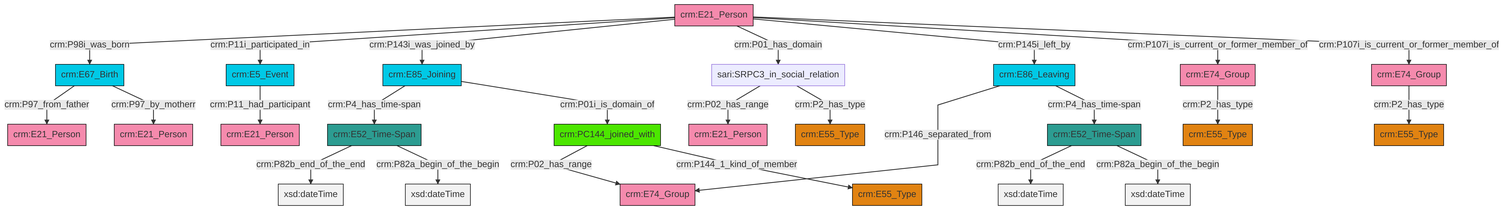
This is et/personCSV/ttl/mmd/png/Person_Actor_Relations.png from swiss-art-research-net/reference-data-models, a Mermaid export, as it was before one commit. Its source is kept beside it as et/personCSV/ttl/mmd/Person_Actor_Relations.ttl.mmd.
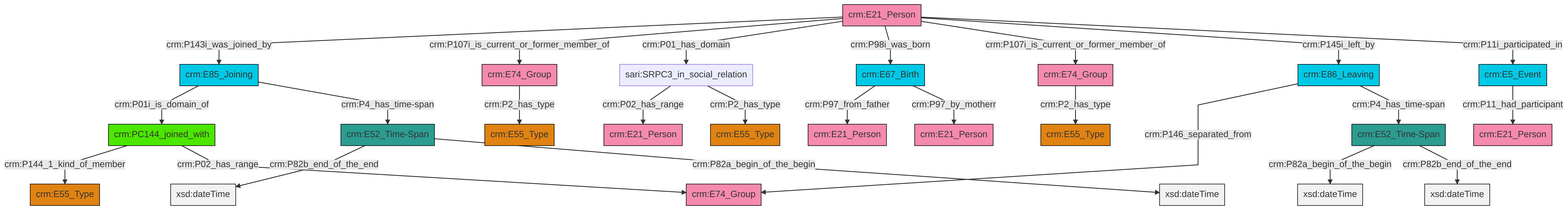
After the change.

The edit, as a diff of the source:
```diff
@@ -13,27 +13,27 @@
 classDef PC_Classes fill:#4ce600, stroke:#000000;
 classDef Multi fill:#cccccc,stroke:#000000;
 
-0["crm:E52_Time-Span"]:::Time-Span -->|crm:P82b_end_of_the_end| 1[xsd:dateTime]:::Literal
-2["crm:E85_Joining"]:::Temporal_Entity -->|crm:P4_has_time-span| 3["crm:E52_Time-Span"]:::Time-Span
-10["crm:E86_Leaving"]:::Temporal_Entity -->|crm:P146_separated_from| 4["crm:E74_Group"]:::Actor
-11["crm:PC144_joined_with"]:::PC_Classes -->|crm:P02_has_range| 4["crm:E74_Group"]:::Actor
-12["crm:E21_Person"]:::Actor -->|crm:P98i_was_born| 16["crm:E67_Birth"]:::Temporal_Entity
-10["crm:E86_Leaving"]:::Temporal_Entity -->|crm:P4_has_time-span| 0["crm:E52_Time-Span"]:::Time-Span
-0["crm:E52_Time-Span"]:::Time-Span -->|crm:P82a_begin_of_the_begin| 19[xsd:dateTime]:::Literal
-22["crm:E74_Group"]:::Actor -->|crm:P2_has_type| 17["crm:E55_Type"]:::Type
-12["crm:E21_Person"]:::Actor -->|crm:P11i_participated_in| 6["crm:E5_Event"]:::Temporal_Entity
-2["crm:E85_Joining"]:::Temporal_Entity -->|crm:P01i_is_domain_of| 11["crm:PC144_joined_with"]:::PC_Classes
-6["crm:E5_Event"]:::Temporal_Entity -->|crm:P11_had_participant| 23["crm:E21_Person"]:::Actor
-3["crm:E52_Time-Span"]:::Time-Span -->|crm:P82b_end_of_the_end| 25[xsd:dateTime]:::Literal
-12["crm:E21_Person"]:::Actor -->|crm:P143i_was_joined_by| 2["crm:E85_Joining"]:::Temporal_Entity
-12["crm:E21_Person"]:::Actor -->|crm:P01_has_domain| 26["sari:SRPC3_in_social_relation"]:::Default
-16["crm:E67_Birth"]:::Temporal_Entity -->|crm:P97_from_father| 28["crm:E21_Person"]:::Actor
-29["crm:E74_Group"]:::Actor -->|crm:P2_has_type| 14["crm:E55_Type"]:::Type
-12["crm:E21_Person"]:::Actor -->|crm:P145i_left_by| 10["crm:E86_Leaving"]:::Temporal_Entity
-11["crm:PC144_joined_with"]:::PC_Classes -->|crm:P144_1_kind_of_member| 20["crm:E55_Type"]:::Type
-16["crm:E67_Birth"]:::Temporal_Entity -->|crm:P97_by_motherr| 8["crm:E21_Person"]:::Actor
-26["sari:SRPC3_in_social_relation"]:::Default -->|crm:P02_has_range| 39["crm:E21_Person"]:::Actor
-12["crm:E21_Person"]:::Actor -->|crm:P107i_is_current_or_former_member_of| 22["crm:E74_Group"]:::Actor
-3["crm:E52_Time-Span"]:::Time-Span -->|crm:P82a_begin_of_the_begin| 41[xsd:dateTime]:::Literal
-12["crm:E21_Person"]:::Actor -->|crm:P107i_is_current_or_former_member_of| 29["crm:E74_Group"]:::Actor
-26["sari:SRPC3_in_social_relation"]:::Default -->|crm:P2_has_type| 37["crm:E55_Type"]:::Type
+0["crm:E67_Birth"]:::Temporal_Entity -->|crm:P97_from_father| 1["crm:E21_Person"]:::Actor
+6["crm:E74_Group"]:::Actor -->|crm:P2_has_type| 7["crm:E55_Type"]:::Type
+8["sari:SRPC3_in_social_relation"]:::Default -->|crm:P02_has_range| 9["crm:E21_Person"]:::Actor
+0["crm:E67_Birth"]:::Temporal_Entity -->|crm:P97_by_motherr| 10["crm:E21_Person"]:::Actor
+12["crm:E5_Event"]:::Temporal_Entity -->|crm:P11_had_participant| 13["crm:E21_Person"]:::Actor
+15["crm:E74_Group"]:::Actor -->|crm:P2_has_type| 16["crm:E55_Type"]:::Type
+18["crm:E52_Time-Span"]:::Time-Span -->|crm:P82a_begin_of_the_begin| 19[xsd:dateTime]:::Literal
+21["crm:E52_Time-Span"]:::Time-Span -->|crm:P82b_end_of_the_end| 22[xsd:dateTime]:::Literal
+23["crm:E86_Leaving"]:::Temporal_Entity -->|crm:P146_separated_from| 24["crm:E74_Group"]:::Actor
+2["crm:E21_Person"]:::Actor -->|crm:P143i_was_joined_by| 25["crm:E85_Joining"]:::Temporal_Entity
+2["crm:E21_Person"]:::Actor -->|crm:P107i_is_current_or_former_member_of| 15["crm:E74_Group"]:::Actor
+23["crm:E86_Leaving"]:::Temporal_Entity -->|crm:P4_has_time-span| 18["crm:E52_Time-Span"]:::Time-Span
+25["crm:E85_Joining"]:::Temporal_Entity -->|crm:P01i_is_domain_of| 28["crm:PC144_joined_with"]:::PC_Classes
+28["crm:PC144_joined_with"]:::PC_Classes -->|crm:P144_1_kind_of_member| 4["crm:E55_Type"]:::Type
+28["crm:PC144_joined_with"]:::PC_Classes -->|crm:P02_has_range| 24["crm:E74_Group"]:::Actor
+2["crm:E21_Person"]:::Actor -->|crm:P01_has_domain| 8["sari:SRPC3_in_social_relation"]:::Default
+18["crm:E52_Time-Span"]:::Time-Span -->|crm:P82b_end_of_the_end| 40[xsd:dateTime]:::Literal
+25["crm:E85_Joining"]:::Temporal_Entity -->|crm:P4_has_time-span| 21["crm:E52_Time-Span"]:::Time-Span
+2["crm:E21_Person"]:::Actor -->|crm:P98i_was_born| 0["crm:E67_Birth"]:::Temporal_Entity
+2["crm:E21_Person"]:::Actor -->|crm:P107i_is_current_or_former_member_of| 6["crm:E74_Group"]:::Actor
+2["crm:E21_Person"]:::Actor -->|crm:P145i_left_by| 23["crm:E86_Leaving"]:::Temporal_Entity
+21["crm:E52_Time-Span"]:::Time-Span -->|crm:P82a_begin_of_the_begin| 43[xsd:dateTime]:::Literal
+2["crm:E21_Person"]:::Actor -->|crm:P11i_participated_in| 12["crm:E5_Event"]:::Temporal_Entity
+8["sari:SRPC3_in_social_relation"]:::Default -->|crm:P2_has_type| 33["crm:E55_Type"]:::Type
```
